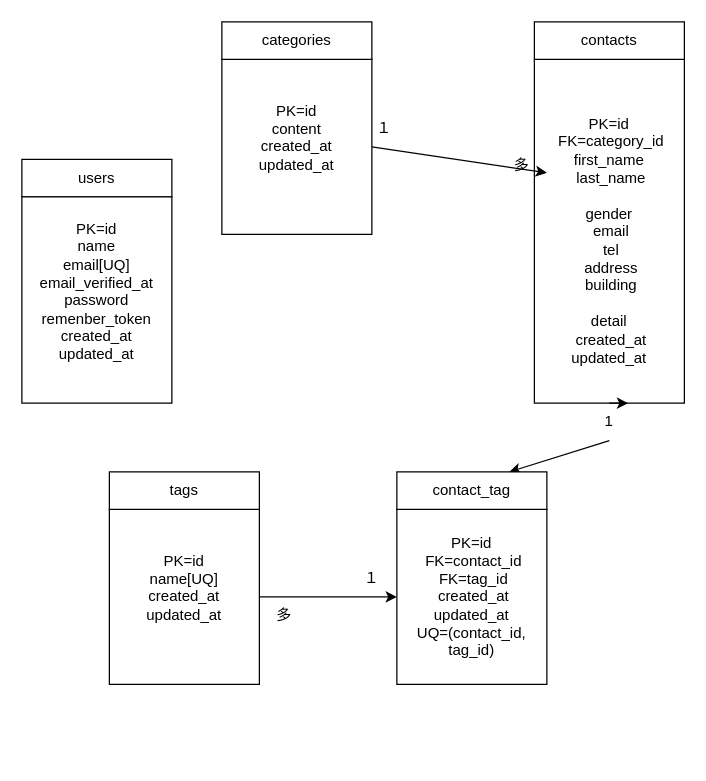
Before: er-diagram.drawio in a-wakita/contact-form-app, a draw.io diagram. Source tidied: cells renumbered, new cells numbered last; positions are measured from the earlier drawing's top-left corner, leaving out a move shared by most shapes. Both pictures are drawn from the tidied source at 125%, with x=0, y=0 at pixel (21, 21).
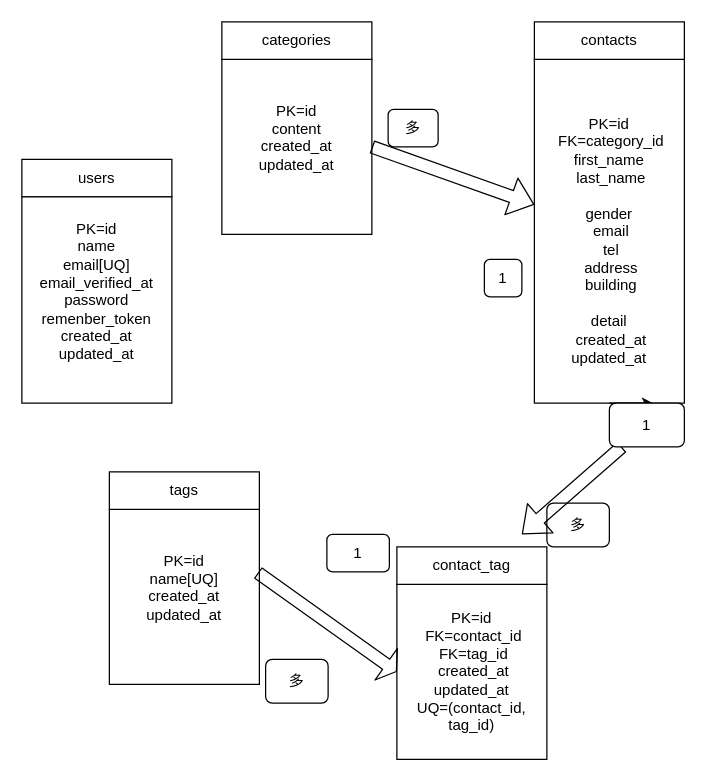
Above is the later version.

Commit message (it also covers changes not shown here):
docs: READMEとER図を更新

The change refers to these unchanged cells:
```xml
<mxCell id="5" value="PK=id&lt;br&gt;content&lt;br&gt;&lt;div&gt;&lt;div&gt;&lt;font color=&quot;#000000&quot;&gt;created_at&lt;br&gt;updated_at&lt;br&gt;&lt;/font&gt;&lt;br&gt;&lt;/div&gt;&lt;/div&gt;" style="rounded=0;whiteSpace=wrap;html=1;" parent="1" vertex="1">
  <mxGeometry x="160" y="30" width="120" height="140" as="geometry" />
</mxCell>
<mxCell id="9" value="&lt;div&gt;&lt;div&gt;&lt;br&gt;PK=id&lt;br&gt;&amp;nbsp;FK=category_id&lt;br&gt;first_name&lt;br&gt;&amp;nbsp;last_name&lt;br&gt;&lt;br&gt;gender&lt;br&gt;&amp;nbsp;email&lt;br&gt;&amp;nbsp;tel&lt;br&gt;&amp;nbsp;address&lt;br&gt;&amp;nbsp;building&lt;br&gt;&lt;br&gt;detail&lt;br&gt;&amp;nbsp;created_at&lt;br&gt;updated_at&lt;/div&gt;&lt;/div&gt;" style="rounded=0;whiteSpace=wrap;html=1;" parent="1" vertex="1">
  <mxGeometry x="410" y="30" width="120" height="275" as="geometry" />
</mxCell>
<mxCell id="12" value="PK=id&lt;br&gt;name[UQ]&lt;br&gt;&lt;div&gt;&lt;div&gt;&lt;font color=&quot;#000000&quot;&gt;created_at&lt;br&gt;updated_at&lt;br&gt;&lt;/font&gt;&lt;br&gt;&lt;/div&gt;&lt;/div&gt;" style="rounded=0;whiteSpace=wrap;html=1;" parent="1" vertex="1">
  <mxGeometry x="70" y="390" width="120" height="140" as="geometry" />
</mxCell>
```

Diff of the diagram source:
```diff
@@
-    <mxCell id="8" style="edgeStyle=none;html=1;exitX=0.5;exitY=1;exitDx=0;exitDy=0;entryX=0.75;entryY=0;entryDx=0;entryDy=0;" parent="1" edge="1" source="21" target="15">
-      <mxGeometry relative="1" as="geometry" />
-    </mxCell>
@@
-    <mxCell id="11" style="edgeStyle=none;html=1;exitX=1;exitY=0.5;exitDx=0;exitDy=0;entryX=0;entryY=0.5;entryDx=0;entryDy=0;" parent="1" edge="1" source="12" target="14">
-      <mxGeometry relative="1" as="geometry" />
-    </mxCell>
@@
     <mxCell id="14" value="&lt;div&gt;&lt;div&gt;PK=id&lt;/div&gt;&lt;div&gt;&amp;nbsp;FK=contact_id&lt;/div&gt;&lt;div&gt;&amp;nbsp;FK=tag_id&lt;/div&gt;&lt;div&gt;&amp;nbsp;created_at&lt;br&gt;updated_at&lt;br&gt;UQ=(contact_id, tag_id)&lt;/div&gt;&lt;/div&gt;" style="rounded=0;whiteSpace=wrap;html=1;" parent="1" vertex="1">
-      <mxGeometry x="300" y="390" width="120" height="140" as="geometry" />
+      <mxGeometry x="300" y="450" width="120" height="140" as="geometry" />
     </mxCell>
     <mxCell id="15" value="contact_tag" style="rounded=0;whiteSpace=wrap;html=1;" parent="1" vertex="1">
-      <mxGeometry x="300" y="360" width="120" height="30" as="geometry" />
+      <mxGeometry x="300" y="420" width="120" height="30" as="geometry" />
     </mxCell>
-    <mxCell id="16" value="１" style="text;html=1;whiteSpace=wrap;strokeColor=none;fillColor=none;align=center;verticalAlign=middle;rounded=0;" parent="1" vertex="1">
-      <mxGeometry x="250" y="430" width="60" height="30" as="geometry" />
-    </mxCell>
+    <mxCell id="20" style="edgeStyle=none;html=1;exitX=0.5;exitY=1;exitDx=0;exitDy=0;entryX=0.75;entryY=0;entryDx=0;entryDy=0;" parent="1" edge="1" source="9">
+      <mxGeometry relative="1" as="geometry">
+        <mxPoint x="505" y="305" as="targetPoint" />
+      </mxGeometry>
+    </mxCell>
+    <mxCell id="23" value="1" style="rounded=1;whiteSpace=wrap;html=1;" parent="1" vertex="1">
+      <mxGeometry x="370" y="190" width="30" height="30" as="geometry" />
+    </mxCell>
+    <mxCell id="24" value="多" style="rounded=1;whiteSpace=wrap;html=1;" parent="1" vertex="1">
+      <mxGeometry x="293" y="70" width="40" height="30" as="geometry" />
+    </mxCell>
+    <mxCell id="25" value="多" style="rounded=1;whiteSpace=wrap;html=1;" parent="1" vertex="1">
+      <mxGeometry x="420" y="385" width="50" height="35" as="geometry" />
+    </mxCell>
+    <mxCell id="26" style="shape=flexArrow;endArrow=classic;html=1;" parent="1" edge="1" source="30">
+      <mxGeometry relative="1" as="geometry">
+        <mxPoint x="400" y="410" as="targetPoint" />
+      </mxGeometry>
+    </mxCell>
+    <mxCell id="11" style="shape=flexArrow;endArrow=classic;html=1;exitX=0.99;exitY=0.362;exitDx=0;exitDy=0;width=10;endSize=3;entryX=0;entryY=0.5;entryDx=0;entryDy=0;exitPerimeter=0;" parent="1" edge="1" source="12" target="14">
+      <mxGeometry relative="1" as="geometry" />
+    </mxCell>
+    <mxCell id="27" value="1" style="rounded=1;whiteSpace=wrap;html=1;" parent="1" vertex="1">
+      <mxGeometry x="244" y="410" width="50" height="30" as="geometry" />
+    </mxCell>
+    <mxCell id="28" value="多" style="rounded=1;whiteSpace=wrap;html=1;" parent="1" vertex="1">
+      <mxGeometry x="195" y="510" width="50" height="35" as="geometry" />
+    </mxCell>
-    <mxCell id="17" style="edgeStyle=none;html=1;exitX=1;exitY=0.5;exitDx=0;exitDy=0;entryX=0.083;entryY=0.33;entryDx=0;entryDy=0;entryPerimeter=0;" parent="1" edge="1" source="5" target="9">
+    <mxCell id="17" style="shape=flexArrow;endArrow=classic;html=1;exitX=1;exitY=0.5;exitDx=0;exitDy=0;" parent="1" edge="1" source="5" target="9">
       <mxGeometry relative="1" as="geometry" />
     </mxCell>
-    <mxCell id="18" value="１" style="text;html=1;whiteSpace=wrap;strokeColor=none;fillColor=none;align=center;verticalAlign=middle;rounded=0;" parent="1" vertex="1">
-      <mxGeometry x="260" y="70" width="60" height="30" as="geometry" />
-    </mxCell>
-    <mxCell id="19" value="多" style="text;html=1;whiteSpace=wrap;strokeColor=none;fillColor=none;align=center;verticalAlign=middle;rounded=0;" parent="1" vertex="1">
-      <mxGeometry x="370" y="100" width="60" height="30" as="geometry" />
-    </mxCell>
-    <mxCell id="20" style="edgeStyle=none;html=1;exitX=0.5;exitY=1;exitDx=0;exitDy=0;entryX=0.75;entryY=0;entryDx=0;entryDy=0;" parent="1" edge="1" source="9" target="21">
-      <mxGeometry relative="1" as="geometry" />
-    </mxCell>
-    <mxCell id="21" value="1" style="text;html=1;whiteSpace=wrap;strokeColor=none;fillColor=none;align=center;verticalAlign=middle;rounded=0;" parent="1" vertex="1">
-      <mxGeometry x="440" y="305" width="60" height="30" as="geometry" />
-    </mxCell>
-    <mxCell id="22" value="多" style="text;html=1;whiteSpace=wrap;strokeColor=none;fillColor=none;align=center;verticalAlign=middle;rounded=0;" parent="1" vertex="1">
-      <mxGeometry x="180" y="460" width="60" height="30" as="geometry" />
-    </mxCell>
+    <mxCell id="29" style="shape=flexArrow;endArrow=classic;html=1;" parent="1" edge="1" target="30">
+      <mxGeometry relative="1" as="geometry">
+        <mxPoint x="500" y="310" as="sourcePoint" />
+      </mxGeometry>
+    </mxCell>
+    <mxCell id="30" value="1" style="rounded=1;whiteSpace=wrap;html=1;" parent="1" vertex="1">
+      <mxGeometry x="470" y="305" width="60" height="35" as="geometry" />
+    </mxCell>
```
